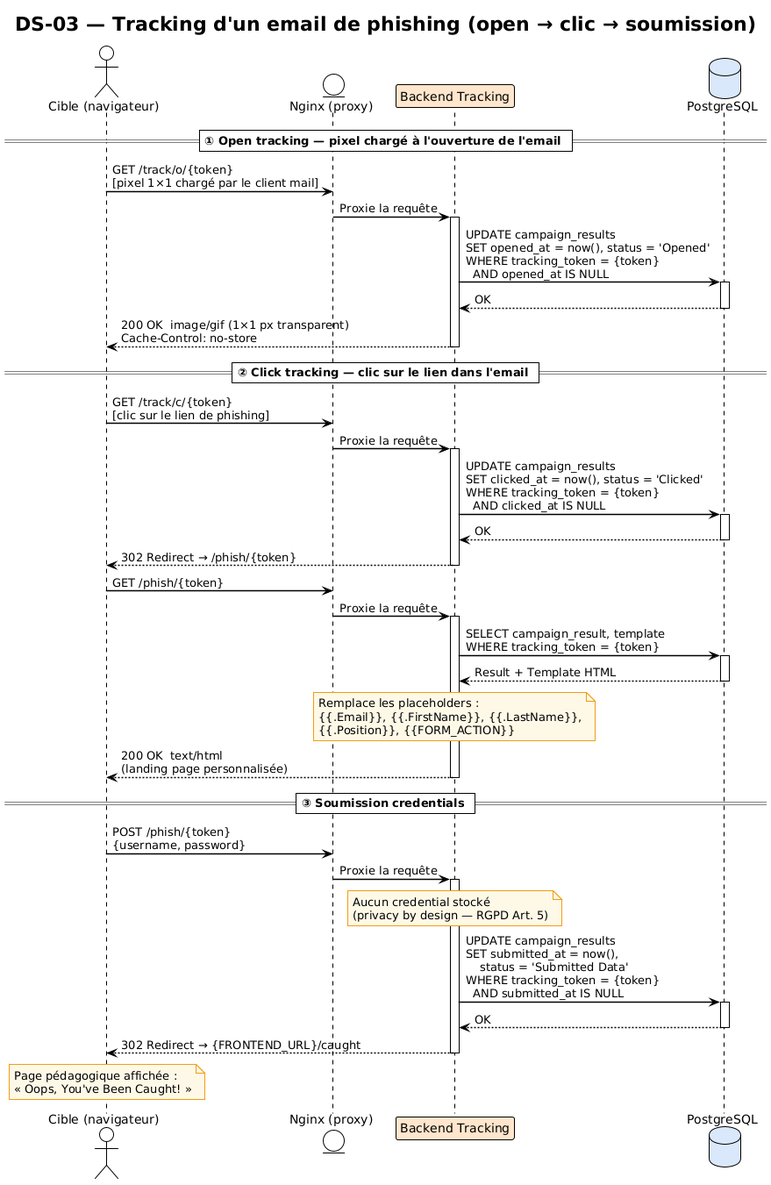
Above: docs/uml/seq-tracking.png in xDiogow/PhishNet (PlantUML), before the change. Source of this version:
```plantuml
@startuml
!theme plain
skinparam defaultFontName Arial
skinparam sequenceArrowThickness 1.5
skinparam noteBorderColor #f39c12
skinparam noteBackgroundColor #FEF9E7

title DS-03 — Tracking d'un email de phishing (open → clic → soumission)

actor    "Cible (navigateur)" as C
entity   "Nginx (proxy)"      as N
participant "Backend Tracking" as BE #ffe6cc
database "PostgreSQL"         as DB #dae8fc

== ① Open tracking — pixel chargé à l'ouverture de l'email ==

C -> N  : GET /track/o/{token}\n[pixel 1×1 chargé par le client mail]
N -> BE : Proxie la requête
activate BE

BE -> DB : UPDATE campaign_results\nSET opened_at = now(), status = 'Opened'\nWHERE tracking_token = {token}\n  AND opened_at IS NULL
activate DB
DB --> BE : OK
deactivate DB

BE --> C : 200 OK  image/gif (1×1 px transparent)\nCache-Control: no-store
deactivate BE

== ② Click tracking — clic sur le lien dans l'email ==

C -> N  : GET /track/c/{token}\n[clic sur le lien de phishing]
N -> BE : Proxie la requête
activate BE

BE -> DB : UPDATE campaign_results\nSET clicked_at = now(), status = 'Clicked'\nWHERE tracking_token = {token}\n  AND clicked_at IS NULL
activate DB
DB --> BE : OK
deactivate DB

BE --> C : 302 Redirect → /phish/{token}
deactivate BE

C -> N  : GET /phish/{token}
N -> BE : Proxie la requête
activate BE

BE -> DB : SELECT campaign_result, template\nWHERE tracking_token = {token}
activate DB
DB --> BE : Result + Template HTML
deactivate DB

note over BE
  Remplace les placeholders :
  {{.Email}}, {{.FirstName}}, {{.LastName}},
  {{.Position}}, {{FORM_ACTION}}
end note

BE --> C : 200 OK  text/html\n(landing page personnalisée)
deactivate BE

== ③ Soumission credentials ==

C -> N  : POST /phish/{token}\n{username, password}
N -> BE : Proxie la requête
activate BE

note over BE
  Aucun credential stocké
  (privacy by design — RGPD Art. 5)
end note

BE -> DB : UPDATE campaign_results\nSET submitted_at = now(),\n    status = 'Submitted Data'\nWHERE tracking_token = {token}\n  AND submitted_at IS NULL
activate DB
DB --> BE : OK
deactivate DB

BE --> C : 302 Redirect → {FRONTEND_URL}/caught
deactivate BE

note over C
  Page pédagogique affichée :
  « Oops, You've Been Caught! »
end note
@enduml
```
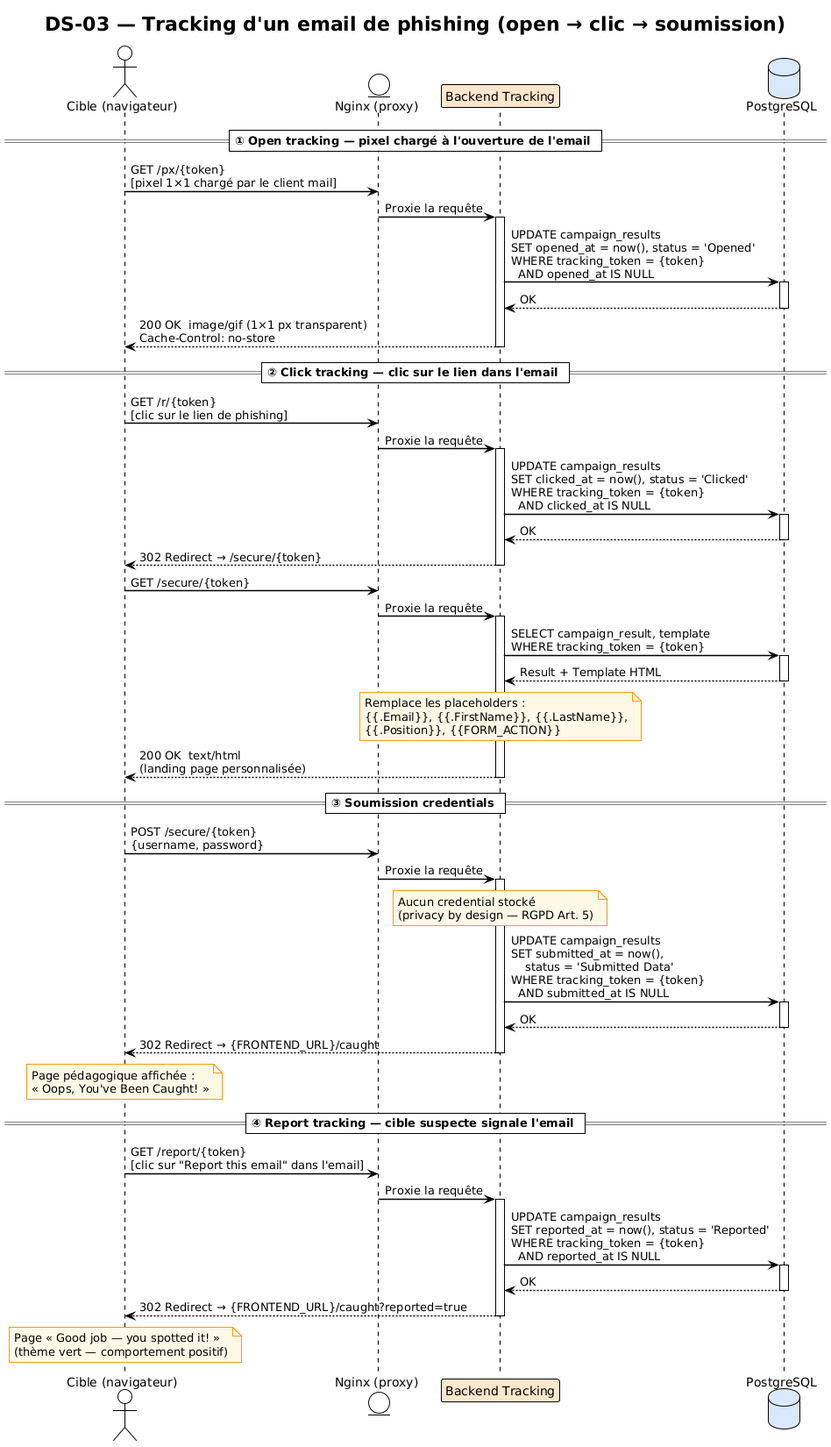
After the commit.

Diff of the diagram source:
```diff
@@ -14,7 +14,7 @@
 
 == ① Open tracking — pixel chargé à l'ouverture de l'email ==
 
-C -> N  : GET /track/o/{token}\n[pixel 1×1 chargé par le client mail]
+C -> N  : GET /px/{token}\n[pixel 1×1 chargé par le client mail]
 N -> BE : Proxie la requête
 activate BE
 
@@ -28,7 +28,7 @@
 
 == ② Click tracking — clic sur le lien dans l'email ==
 
-C -> N  : GET /track/c/{token}\n[clic sur le lien de phishing]
+C -> N  : GET /r/{token}\n[clic sur le lien de phishing]
 N -> BE : Proxie la requête
 activate BE
 
@@ -37,10 +37,10 @@
 DB --> BE : OK
 deactivate DB
 
-BE --> C : 302 Redirect → /phish/{token}
+BE --> C : 302 Redirect → /secure/{token}
 deactivate BE
 
-C -> N  : GET /phish/{token}
+C -> N  : GET /secure/{token}
 N -> BE : Proxie la requête
 activate BE
 
@@ -60,7 +60,7 @@
 
 == ③ Soumission credentials ==
 
-C -> N  : POST /phish/{token}\n{username, password}
+C -> N  : POST /secure/{token}\n{username, password}
 N -> BE : Proxie la requête
 activate BE
 
@@ -81,4 +81,23 @@
   Page pédagogique affichée :
   « Oops, You've Been Caught! »
 end note
+
+== ④ Report tracking — cible suspecte signale l'email ==
+
+C -> N  : GET /report/{token}\n[clic sur "Report this email" dans l'email]
+N -> BE : Proxie la requête
+activate BE
+
+BE -> DB : UPDATE campaign_results\nSET reported_at = now(), status = 'Reported'\nWHERE tracking_token = {token}\n  AND reported_at IS NULL
+activate DB
+DB --> BE : OK
+deactivate DB
+
+BE --> C : 302 Redirect → {FRONTEND_URL}/caught?reported=true
+deactivate BE
+
+note over C
+  Page « Good job — you spotted it! »
+  (thème vert — comportement positif)
+end note
 @enduml
```
